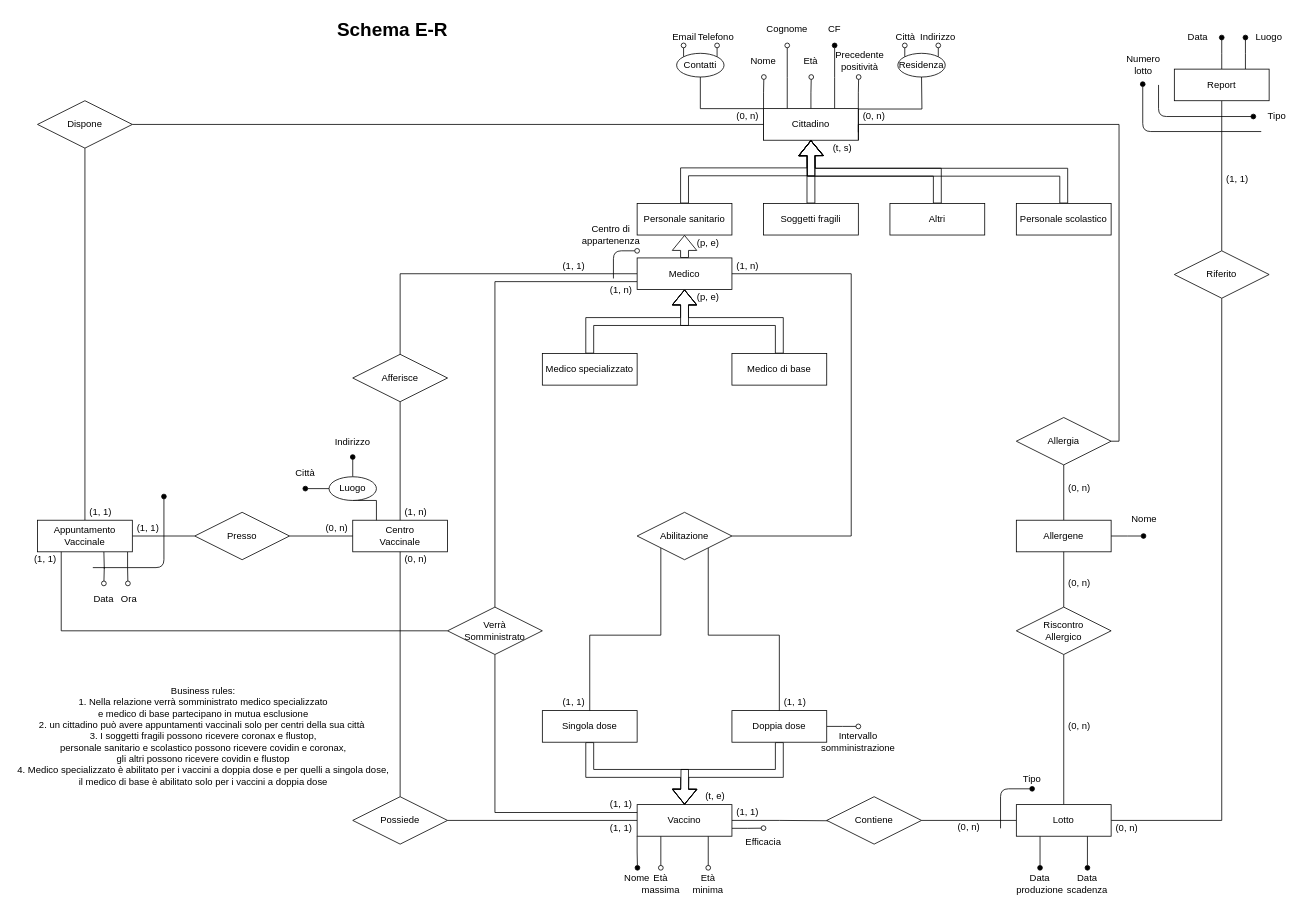
Above: page "ERv2" (2 of 8) of ER.drawio in TheFlonet/DB (draw.io), before the change. Source tidied: cells renumbered, new cells numbered last; positions are measured from the earlier drawing's top-left corner, leaving out a move shared by most shapes. Both pictures are drawn from the tidied source at 79%, with x=0, y=0 at pixel (13, 21).
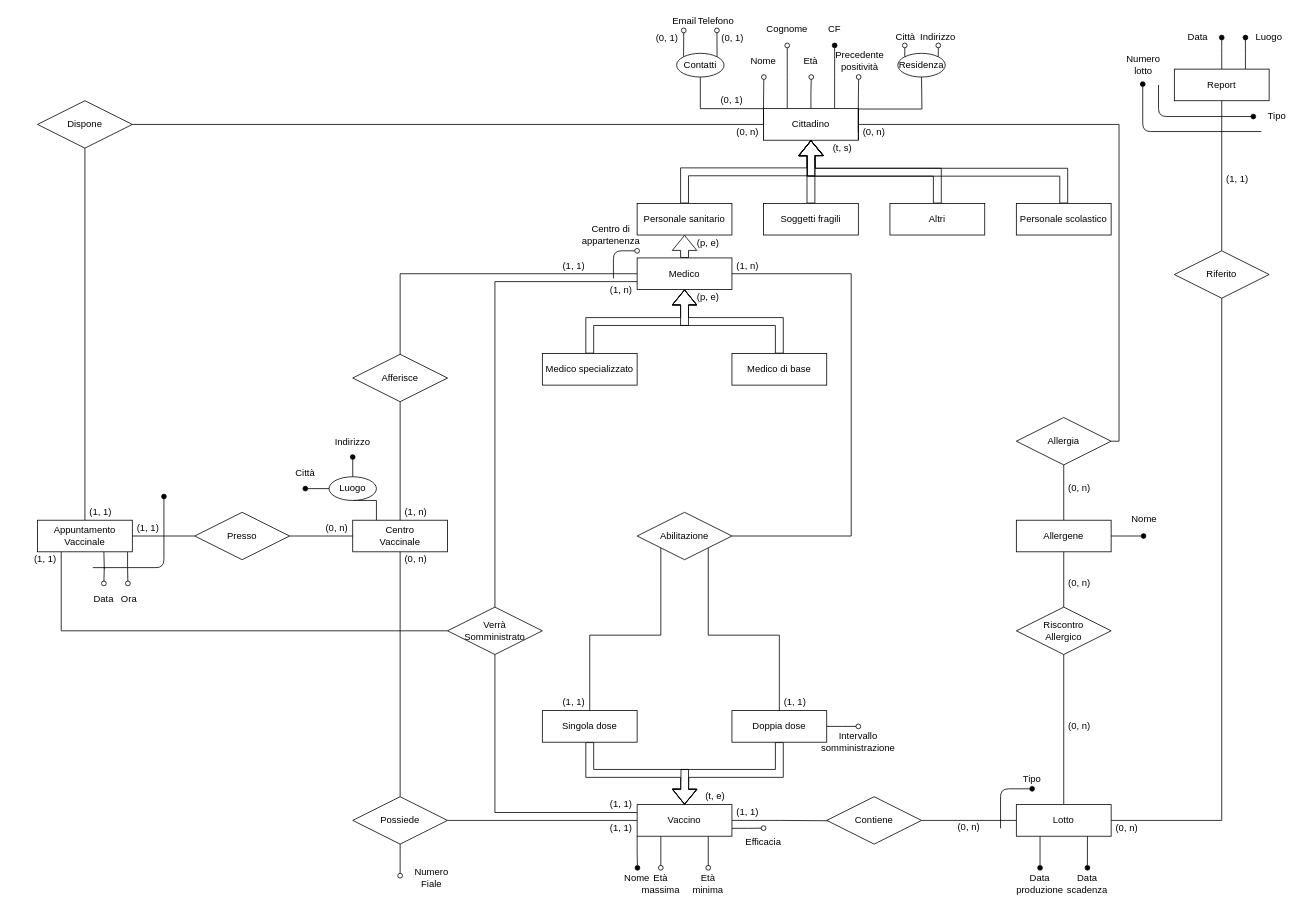
Above is the later version.

Unchanged cells that the change refers to:
```xml
<mxCell id="34" value="Possiede" style="shape=rhombus;perimeter=rhombusPerimeter;whiteSpace=wrap;html=1;align=center;" parent="1" vertex="1">
  <mxGeometry x="429" y="981" width="120" height="60" as="geometry" />
</mxCell>
<mxCell id="124" value="Contatti" style="ellipse;whiteSpace=wrap;html=1;" parent="1" vertex="1">
  <mxGeometry x="839" y="40" width="60" height="30" as="geometry" />
</mxCell>
```

Change to the diagram source:
```diff
@@
+    <mxCell id="148" style="edgeStyle=orthogonalEdgeStyle;rounded=0;jettySize=auto;html=1;exitX=0.5;exitY=1;exitDx=0;exitDy=0;endArrow=oval;endFill=0;" parent="1" edge="1" source="34">
+      <mxGeometry relative="1" as="geometry">
+        <mxPoint x="489" y="1081" as="targetPoint" />
+      </mxGeometry>
+    </mxCell>
@@
     <mxCell id="84" value="(0, n)" style="text;html=1;strokeColor=none;fillColor=none;align=center;verticalAlign=middle;whiteSpace=wrap;rounded=0;" parent="1" vertex="1">
-      <mxGeometry x="1069" y="110" width="40" height="20" as="geometry" />
+      <mxGeometry x="1069" y="130" width="40" height="20" as="geometry" />
     </mxCell>
@@
     <mxCell id="99" value="(0, n)" style="text;html=1;strokeColor=none;fillColor=none;align=center;verticalAlign=middle;whiteSpace=wrap;rounded=0;" parent="1" vertex="1">
-      <mxGeometry x="909" y="110" width="40" height="20" as="geometry" />
+      <mxGeometry x="909" y="130" width="40" height="20" as="geometry" />
     </mxCell>
@@
     <mxCell id="122" style="edgeStyle=orthogonalEdgeStyle;rounded=0;jettySize=auto;html=1;exitX=0;exitY=0;exitDx=0;exitDy=0;startArrow=none;startFill=0;endArrow=oval;endFill=0;" parent="1" edge="1" source="124">
       <mxGeometry relative="1" as="geometry">
-        <mxPoint x="847.8" y="30" as="targetPoint" />
+        <mxPoint x="848" y="11" as="targetPoint" />
       </mxGeometry>
     </mxCell>
     <mxCell id="123" style="edgeStyle=orthogonalEdgeStyle;rounded=0;jettySize=auto;html=1;exitX=1;exitY=0;exitDx=0;exitDy=0;startArrow=none;startFill=0;endArrow=oval;endFill=0;" parent="1" edge="1" source="124">
       <mxGeometry relative="1" as="geometry">
-        <mxPoint x="890.2" y="30" as="targetPoint" />
+        <mxPoint x="890" y="11" as="targetPoint" />
       </mxGeometry>
     </mxCell>
@@
     <mxCell id="128" value="Email" style="text;html=1;strokeColor=none;fillColor=none;align=center;verticalAlign=middle;whiteSpace=wrap;rounded=0;" parent="1" vertex="1">
-      <mxGeometry x="829" y="10" width="40" height="20" as="geometry" />
+      <mxGeometry x="829" y="-10" width="40" height="20" as="geometry" />
     </mxCell>
     <mxCell id="129" value="Telefono" style="text;html=1;strokeColor=none;fillColor=none;align=center;verticalAlign=middle;whiteSpace=wrap;rounded=0;" parent="1" vertex="1">
-      <mxGeometry x="869" y="10" width="40" height="20" as="geometry" />
+      <mxGeometry x="869" y="-10" width="40" height="20" as="geometry" />
     </mxCell>
@@
-    <mxCell id="137" value="Business rules:&lt;br&gt;1. Nella relazione verrà somministrato medico specializzato &lt;br&gt;e medico di base partecipano in mutua esclusione&lt;br&gt;2. un cittadino può avere appuntamenti vaccinali solo per centri della sua città&amp;nbsp;&lt;br&gt;3. I soggetti fragili possono ricevere coronax e flustop, &lt;br&gt;personale sanitario e scolastico possono ricevere covidin e coronax, &lt;br&gt;gli altri possono ricevere covidin e flustop&lt;br&gt;4. Medico specializzato è abilitato per i vaccini a doppia dose e per quelli a singola dose, &lt;br&gt;il medico di base è abilitato solo per i vaccini a doppia dose" style="text;html=1;strokeColor=none;fillColor=none;align=center;verticalAlign=middle;whiteSpace=wrap;rounded=0;" parent="1" vertex="1">
-      <mxGeometry y="839" width="480" height="131" as="geometry" />
-    </mxCell>
@@
-    <mxCell id="147" value="&lt;font style=&quot;font-size: 24px&quot;&gt;&lt;b&gt;Schema E-R&lt;/b&gt;&lt;/font&gt;" style="text;html=1;strokeColor=none;fillColor=none;align=center;verticalAlign=middle;whiteSpace=wrap;rounded=0;" parent="1" vertex="1">
-      <mxGeometry x="389" width="181" height="20" as="geometry" />
-    </mxCell>
+    <mxCell id="149" value="Numero Fiale" style="text;html=1;strokeColor=none;fillColor=none;align=center;verticalAlign=middle;whiteSpace=wrap;rounded=0;" parent="1" vertex="1">
+      <mxGeometry x="509" y="1074" width="40" height="20" as="geometry" />
+    </mxCell>
+    <mxCell id="150" value="(0, 1)" style="text;html=1;strokeColor=none;fillColor=none;align=center;verticalAlign=middle;whiteSpace=wrap;rounded=0;" parent="1" vertex="1">
+      <mxGeometry x="889" y="90" width="40" height="20" as="geometry" />
+    </mxCell>
+    <mxCell id="151" value="(0, 1)" style="text;html=1;strokeColor=none;fillColor=none;align=center;verticalAlign=middle;whiteSpace=wrap;rounded=0;" parent="1" vertex="1">
+      <mxGeometry x="807" y="11" width="40" height="20" as="geometry" />
+    </mxCell>
+    <mxCell id="152" value="(0, 1)" style="text;html=1;strokeColor=none;fillColor=none;align=center;verticalAlign=middle;whiteSpace=wrap;rounded=0;" parent="1" vertex="1">
+      <mxGeometry x="890" y="11" width="40" height="20" as="geometry" />
+    </mxCell>
```
